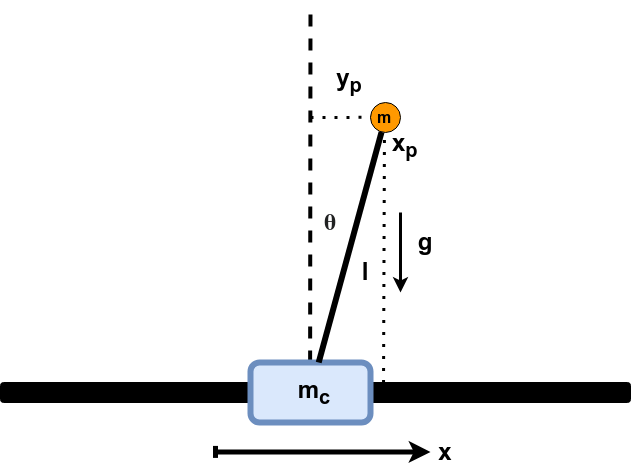
This is img/cart_pole_system.png from Wiktor-99/reinforcement_learning_playground, a draw.io export, as it was before one commit. Source tidied: cells renumbered, new cells last; positions are measured from the earlier drawing's top-left corner, leaving out a move shared by most shapes.
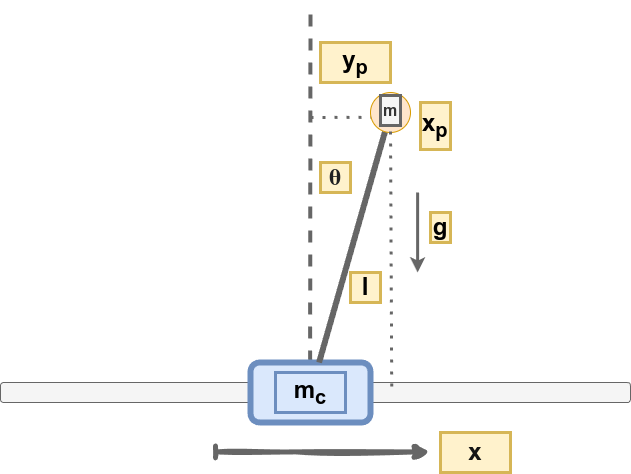
After the change.

Commit message:
Update cart pole image system

Diff of the diagram source:
```diff
@@ -2,31 +2,31 @@
   <root>
     <mxCell id="0" />
     <mxCell id="1" parent="0" />
-    <mxCell id="2" style="endArrow=none;dashed=1;html=1;dashPattern=1 3;strokeWidth=3;rounded=0;" parent="1" edge="1">
+    <mxCell id="2" style="endArrow=none;dashed=1;html=1;dashPattern=1 3;strokeWidth=3;rounded=0;fillColor=#f5f5f5;strokeColor=#666666;" parent="1" edge="1">
       <mxGeometry relative="1" as="geometry">
         <mxPoint x="310" y="115" as="sourcePoint" />
         <mxPoint x="384.5" y="114.8" as="targetPoint" />
       </mxGeometry>
     </mxCell>
-    <mxCell id="3" style="endArrow=none;dashed=1;html=1;strokeWidth=4;rounded=0;" parent="1" edge="1">
+    <mxCell id="3" style="endArrow=none;dashed=1;html=1;strokeWidth=4;rounded=0;fillColor=#f5f5f5;strokeColor=#666666;" parent="1" edge="1">
       <mxGeometry relative="1" as="geometry">
         <mxPoint x="309.6" y="360" as="sourcePoint" />
         <mxPoint x="310" as="targetPoint" />
       </mxGeometry>
     </mxCell>
-    <mxCell id="4" style="rounded=1;whiteSpace=wrap;html=1;fillColor=#000000;" parent="1" vertex="1">
+    <mxCell id="4" style="rounded=1;whiteSpace=wrap;html=1;fillColor=#f5f5f5;fontColor=#333333;strokeColor=#666666;" parent="1" vertex="1">
       <mxGeometry y="380" width="630" height="20" as="geometry" />
     </mxCell>
     <mxCell id="5" style="rounded=1;whiteSpace=wrap;html=1;fillColor=#dae8fc;strokeColor=#6c8ebf;strokeWidth=6;" parent="1" vertex="1">
       <mxGeometry x="250" y="360" width="120" height="60" as="geometry" />
     </mxCell>
-    <mxCell id="6" style="endArrow=none;html=1;rounded=0;strokeWidth=6;" parent="1" edge="1" source="5" target="7">
+    <mxCell id="6" style="endArrow=none;html=1;rounded=0;strokeWidth=6;fillColor=#f5f5f5;strokeColor=#666666;" parent="1" edge="1" source="5" target="7">
       <mxGeometry relative="1" as="geometry" />
     </mxCell>
-    <mxCell id="7" style="ellipse;whiteSpace=wrap;html=1;fillColor=#FF9900;" parent="1" vertex="1">
-      <mxGeometry x="370" y="100" width="30" height="30" as="geometry" />
+    <mxCell id="7" style="ellipse;whiteSpace=wrap;html=1;fillColor=#ffe6cc;strokeColor=#d79b00;" parent="1" vertex="1">
+      <mxGeometry x="370" y="90" width="40" height="40" as="geometry" />
     </mxCell>
-    <mxCell id="8" style="endArrow=classic;html=1;rounded=0;strokeWidth=5;startArrow=baseDash;startFill=0;" parent="1" edge="1">
+    <mxCell id="8" style="endArrow=classic;html=1;rounded=0;strokeWidth=5;startArrow=baseDash;startFill=0;sketch=1;curveFitting=1;jiggle=2;fillColor=#f5f5f5;strokeColor=#666666;" parent="1" edge="1">
       <mxGeometry relative="1" as="geometry">
         <mxPoint x="215" y="449.4" as="sourcePoint" />
         <mxPoint x="430" y="449.4" as="targetPoint" />
@@ -35,41 +35,46 @@
         </Array>
       </mxGeometry>
     </mxCell>
-    <mxCell id="9" value="&lt;font style=&quot;font-size: 24px;&quot;&gt;&lt;b&gt;x&lt;/b&gt;&lt;/font&gt;" style="text;html=1;align=center;verticalAlign=middle;whiteSpace=wrap;rounded=0;strokeWidth=3;" parent="1" vertex="1">
-      <mxGeometry x="410" y="430" width="70" height="40" as="geometry" />
+    <mxCell id="9" value="&lt;font color=&quot;#141414&quot; style=&quot;font-size: 24px;&quot;&gt;&lt;b style=&quot;&quot;&gt;x&lt;/b&gt;&lt;/font&gt;" style="text;html=1;align=center;verticalAlign=middle;whiteSpace=wrap;rounded=0;strokeWidth=3;fillColor=#fff2cc;strokeColor=#d6b656;" parent="1" vertex="1">
+      <mxGeometry x="440" y="430" width="70" height="40" as="geometry" />
     </mxCell>
-    <mxCell id="10" value="&lt;span style=&quot;color: rgb(32, 33, 34); font-family: serif; text-align: start;&quot;&gt;&lt;font style=&quot;font-size: 24px;&quot;&gt;&lt;b style=&quot;&quot;&gt;θ&lt;/b&gt;&lt;/font&gt;&lt;/span&gt;" style="text;html=1;align=center;verticalAlign=middle;whiteSpace=wrap;rounded=0;" parent="1" vertex="1">
-      <mxGeometry x="310" y="200" width="40" height="40" as="geometry" />
+    <mxCell id="10" value="&lt;span style=&quot;color: rgb(32, 33, 34); font-family: serif; text-align: start;&quot;&gt;&lt;font style=&quot;font-size: 24px;&quot;&gt;&lt;b style=&quot;&quot;&gt;θ&lt;/b&gt;&lt;/font&gt;&lt;/span&gt;" style="text;html=1;align=center;verticalAlign=middle;whiteSpace=wrap;rounded=0;fillColor=#fff2cc;strokeColor=#d6b656;strokeWidth=3;" parent="1" vertex="1">
+      <mxGeometry x="320" y="160" width="30" height="30" as="geometry" />
     </mxCell>
     <mxCell id="11" style="group;" parent="1" vertex="1">
-      <mxGeometry x="390" y="210" width="70" height="80" as="geometry" />
+      <mxGeometry x="410" y="190" width="50" height="80" as="geometry" />
     </mxCell>
-    <mxCell id="12" style="endArrow=classic;html=1;rounded=0;strokeWidth=3;" parent="11" edge="1">
+    <mxCell id="12" style="endArrow=classic;html=1;rounded=0;strokeWidth=3;fillColor=#f5f5f5;strokeColor=#666666;" parent="11" edge="1">
       <mxGeometry relative="1" as="geometry">
-        <mxPoint x="10" as="sourcePoint" />
-        <mxPoint x="10" y="80" as="targetPoint" />
+        <mxPoint x="7.1" as="sourcePoint" />
+        <mxPoint x="7.1" y="80" as="targetPoint" />
       </mxGeometry>
     </mxCell>
-    <mxCell id="13" value="&lt;font style=&quot;font-size: 24px;&quot;&gt;&lt;b&gt;g&lt;/b&gt;&lt;/font&gt;" style="text;html=1;align=center;verticalAlign=middle;whiteSpace=wrap;rounded=0;strokeWidth=3;" parent="11" vertex="1">
-      <mxGeometry y="10" width="70" height="40" as="geometry" />
-    </mxCell>
-    <mxCell id="14" value="&lt;font style=&quot;font-size: 16px;&quot;&gt;&lt;b&gt;m&lt;/b&gt;&lt;/font&gt;" style="text;html=1;align=center;verticalAlign=middle;whiteSpace=wrap;rounded=0;strokeWidth=3;" parent="1" vertex="1">
-      <mxGeometry x="349" y="97.5" width="70" height="35" as="geometry" />
+    <mxCell id="14" value="&lt;font style=&quot;font-size: 16px;&quot;&gt;&lt;b&gt;m&lt;/b&gt;&lt;/font&gt;" style="text;html=1;align=center;verticalAlign=middle;whiteSpace=wrap;rounded=0;strokeWidth=3;fillColor=#f5f5f5;fontColor=#333333;strokeColor=#666666;" parent="1" vertex="1">
+      <mxGeometry x="380" y="93" width="20" height="30" as="geometry" />
     </mxCell>
-    <mxCell id="15" value="&lt;span style=&quot;font-size: 24px;&quot;&gt;&lt;b&gt;m&lt;sub&gt;c&lt;/sub&gt;&lt;/b&gt;&lt;/span&gt;" style="text;html=1;align=center;verticalAlign=middle;whiteSpace=wrap;rounded=0;strokeWidth=3;" parent="1" vertex="1">
-      <mxGeometry x="279" y="370" width="70" height="40" as="geometry" />
+    <mxCell id="15" value="&lt;span style=&quot;font-size: 24px;&quot;&gt;&lt;b&gt;m&lt;sub&gt;c&lt;/sub&gt;&lt;/b&gt;&lt;/span&gt;" style="text;html=1;align=center;verticalAlign=middle;whiteSpace=wrap;rounded=0;strokeWidth=3;fillColor=#dae8fc;strokeColor=#6c8ebf;" parent="1" vertex="1">
+      <mxGeometry x="275" y="370" width="70" height="40" as="geometry" />
     </mxCell>
-    <mxCell id="16" value="&lt;font style=&quot;font-size: 24px;&quot;&gt;&lt;b&gt;l&lt;/b&gt;&lt;/font&gt;" style="text;html=1;align=center;verticalAlign=middle;whiteSpace=wrap;rounded=0;strokeWidth=3;" parent="1" vertex="1">
-      <mxGeometry x="330" y="250" width="70" height="40" as="geometry" />
+    <mxCell id="16" value="&lt;font style=&quot;font-size: 24px;&quot;&gt;&lt;b&gt;l&lt;/b&gt;&lt;/font&gt;" style="text;html=1;align=center;verticalAlign=middle;whiteSpace=wrap;rounded=0;strokeWidth=3;fillColor=#fff2cc;strokeColor=#d6b656;" parent="1" vertex="1">
+      <mxGeometry x="350" y="270" width="30" height="30" as="geometry" />
     </mxCell>
-    <mxCell id="17" value="&lt;span style=&quot;font-size: 24px;&quot;&gt;&lt;b&gt;y&lt;sub&gt;p&lt;/sub&gt;&lt;/b&gt;&lt;/span&gt;" style="text;html=1;align=center;verticalAlign=middle;whiteSpace=wrap;rounded=0;strokeWidth=3;" parent="1" vertex="1">
-      <mxGeometry x="314" y="57.5" width="70" height="40" as="geometry" />
+    <mxCell id="17" value="&lt;span style=&quot;font-size: 24px;&quot;&gt;&lt;b&gt;y&lt;sub&gt;p&lt;/sub&gt;&lt;/b&gt;&lt;/span&gt;" style="text;html=1;align=center;verticalAlign=middle;whiteSpace=wrap;rounded=0;strokeWidth=3;fillColor=#fff2cc;strokeColor=#d6b656;" parent="1" vertex="1">
+      <mxGeometry x="320" y="40" width="70" height="40" as="geometry" />
     </mxCell>
-    <mxCell id="18" style="endArrow=none;dashed=1;html=1;dashPattern=1 3;strokeWidth=3;rounded=0;exitX=0.608;exitY=0.03;exitDx=0;exitDy=0;exitPerimeter=0;" parent="1" edge="1" source="4" target="14">
-      <mxGeometry relative="1" as="geometry" />
+    <mxCell id="18" style="endArrow=none;dashed=1;html=1;dashPattern=1 3;strokeWidth=3;rounded=0;exitX=0.621;exitY=0.2;exitDx=0;exitDy=0;exitPerimeter=0;fillColor=#f5f5f5;strokeColor=#666666;" parent="1" edge="1" source="4">
+      <mxGeometry relative="1" as="geometry">
+        <mxPoint x="390" y="120" as="targetPoint" />
+        <Array as="points">
+          <mxPoint x="390" y="120" />
+        </Array>
+      </mxGeometry>
     </mxCell>
-    <mxCell id="19" value="&lt;b style=&quot;forced-color-adjust: none; color: rgb(0, 0, 0); font-family: Helvetica; font-style: normal; font-variant-ligatures: normal; font-variant-caps: normal; letter-spacing: normal; orphans: 2; text-align: center; text-indent: 0px; text-transform: none; widows: 2; word-spacing: 0px; -webkit-text-stroke-width: 0px; white-space: normal; text-decoration-thickness: initial; text-decoration-style: initial; text-decoration-color: initial;&quot;&gt;&lt;sub style=&quot;forced-color-adjust: none;&quot;&gt;&lt;span style=&quot;font-size: 24px;&quot;&gt;x&lt;sub style=&quot;&quot;&gt;p&lt;/sub&gt;&lt;/span&gt;&lt;/sub&gt;&lt;/b&gt;" style="text;whiteSpace=wrap;html=1;" parent="1" vertex="1">
-      <mxGeometry x="390" y="120" width="60" height="60" as="geometry" />
+    <mxCell id="19" value="&lt;b style=&quot;forced-color-adjust: none; color: rgb(0, 0, 0); font-family: Helvetica; font-style: normal; font-variant-ligatures: normal; font-variant-caps: normal; letter-spacing: normal; orphans: 2; text-align: center; text-indent: 0px; text-transform: none; widows: 2; word-spacing: 0px; -webkit-text-stroke-width: 0px; white-space: normal; text-decoration-thickness: initial; text-decoration-style: initial; text-decoration-color: initial;&quot;&gt;&lt;sub style=&quot;forced-color-adjust: none;&quot;&gt;&lt;span style=&quot;font-size: 24px;&quot;&gt;x&lt;sub style=&quot;&quot;&gt;p&lt;/sub&gt;&lt;/span&gt;&lt;/sub&gt;&lt;/b&gt;" style="text;whiteSpace=wrap;html=1;fillColor=#fff2cc;strokeColor=#d6b656;strokeWidth=3;" parent="1" vertex="1">
+      <mxGeometry x="420" y="100" width="30" height="47" as="geometry" />
     </mxCell>
+    <mxCell id="13" value="&lt;font style=&quot;font-size: 24px;&quot;&gt;&lt;b&gt;g&lt;/b&gt;&lt;/font&gt;" style="text;html=1;align=center;verticalAlign=middle;whiteSpace=wrap;rounded=0;strokeWidth=3;fillColor=#fff2cc;strokeColor=#d6b656;" parent="1" vertex="1">
+      <mxGeometry x="430" y="210" width="20" height="30" as="geometry" />
+    </mxCell>
   </root>
 </mxGraphModel>
```
